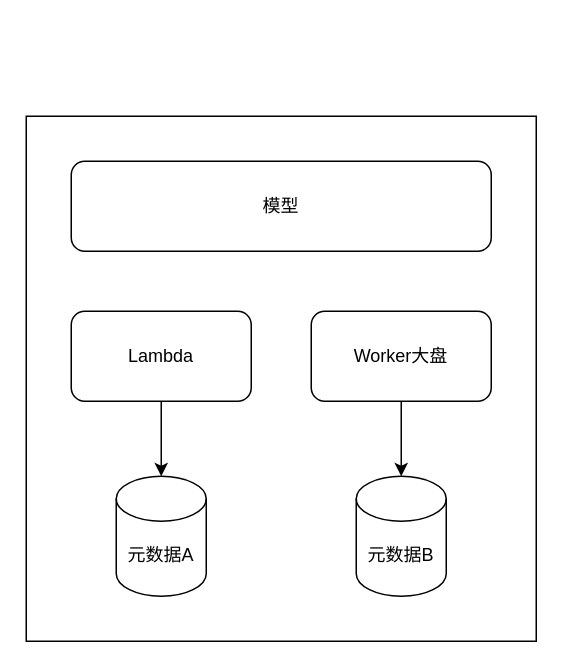
This is P1故障.drawio from labud/pictures, a draw.io file, before an edit. Source tidied: cells renumbered, new cells numbered last; positions are measured from the earlier drawing's top-left corner, leaving out a move shared by most shapes. Both pictures are drawn from the tidied source at 150%, with x=0, y=0 at pixel (26, 116).
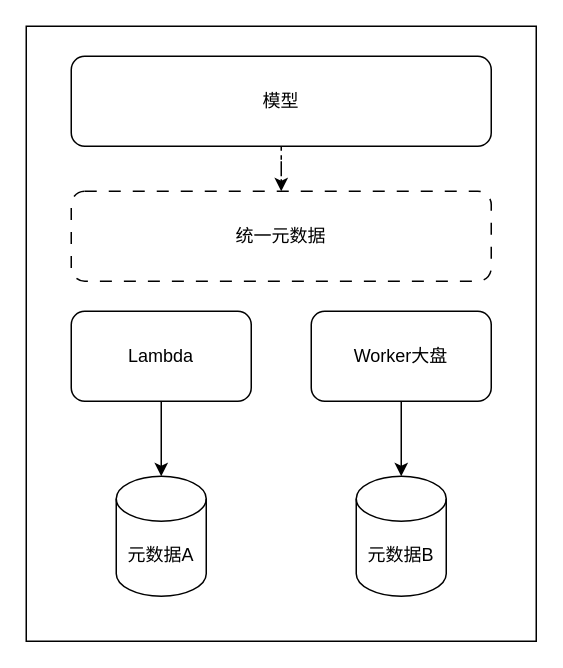
The same page after the edit.

What changed in the source:
```diff
@@
 <mxGraphModel>
   <root>
     <mxCell id="0" />
     <mxCell id="1" parent="0" />
     <mxCell id="2" style="rounded=0;whiteSpace=wrap;html=1;" parent="1" vertex="1">
-      <mxGeometry width="340" height="350" as="geometry" />
+      <mxGeometry y="-60" width="340" height="410" as="geometry" />
     </mxCell>
     <mxCell id="3" value="Lambda" style="rounded=1;whiteSpace=wrap;html=1;" parent="1" vertex="1">
       <mxGeometry x="30" y="130" width="120" height="60" as="geometry" />
     </mxCell>
     <mxCell id="4" value="Worker大盘" style="rounded=1;whiteSpace=wrap;html=1;" parent="1" vertex="1">
       <mxGeometry x="190" y="130" width="120" height="60" as="geometry" />
     </mxCell>
     <mxCell id="5" value="元数据A" style="shape=cylinder3;whiteSpace=wrap;html=1;boundedLbl=1;backgroundOutline=1;size=15;" parent="1" vertex="1">
       <mxGeometry x="60" y="240" width="60" height="80" as="geometry" />
     </mxCell>
     <mxCell id="6" value="元数据B" style="shape=cylinder3;whiteSpace=wrap;html=1;boundedLbl=1;backgroundOutline=1;size=15;" parent="1" vertex="1">
       <mxGeometry x="220" y="240" width="60" height="80" as="geometry" />
     </mxCell>
     <mxCell id="7" style="endArrow=classic;html=1;rounded=0;exitX=0.5;exitY=1;exitDx=0;exitDy=0;" parent="1" edge="1" source="3" target="5">
       <mxGeometry relative="1" as="geometry" />
     </mxCell>
     <mxCell id="8" style="endArrow=classic;html=1;rounded=0;exitX=0.5;exitY=1;exitDx=0;exitDy=0;" parent="1" edge="1" source="4" target="6">
       <mxGeometry relative="1" as="geometry" />
     </mxCell>
+    <mxCell id="10" style="edgeStyle=orthogonalEdgeStyle;rounded=0;jettySize=auto;html=1;dashed=1;" parent="1" edge="1" source="9" target="11">
+      <mxGeometry relative="1" as="geometry" />
+    </mxCell>
     <mxCell id="9" value="模型" style="rounded=1;whiteSpace=wrap;html=1;" parent="1" vertex="1">
-      <mxGeometry x="30" y="30" width="280" height="60" as="geometry" />
+      <mxGeometry x="30" y="-40" width="280" height="60" as="geometry" />
     </mxCell>
+    <mxCell id="11" value="统一元数据" style="rounded=1;whiteSpace=wrap;html=1;dashed=1;dashPattern=8 8;" parent="1" vertex="1">
+      <mxGeometry x="30" y="50" width="280" height="60" as="geometry" />
+    </mxCell>
   </root>
 </mxGraphModel>
```
